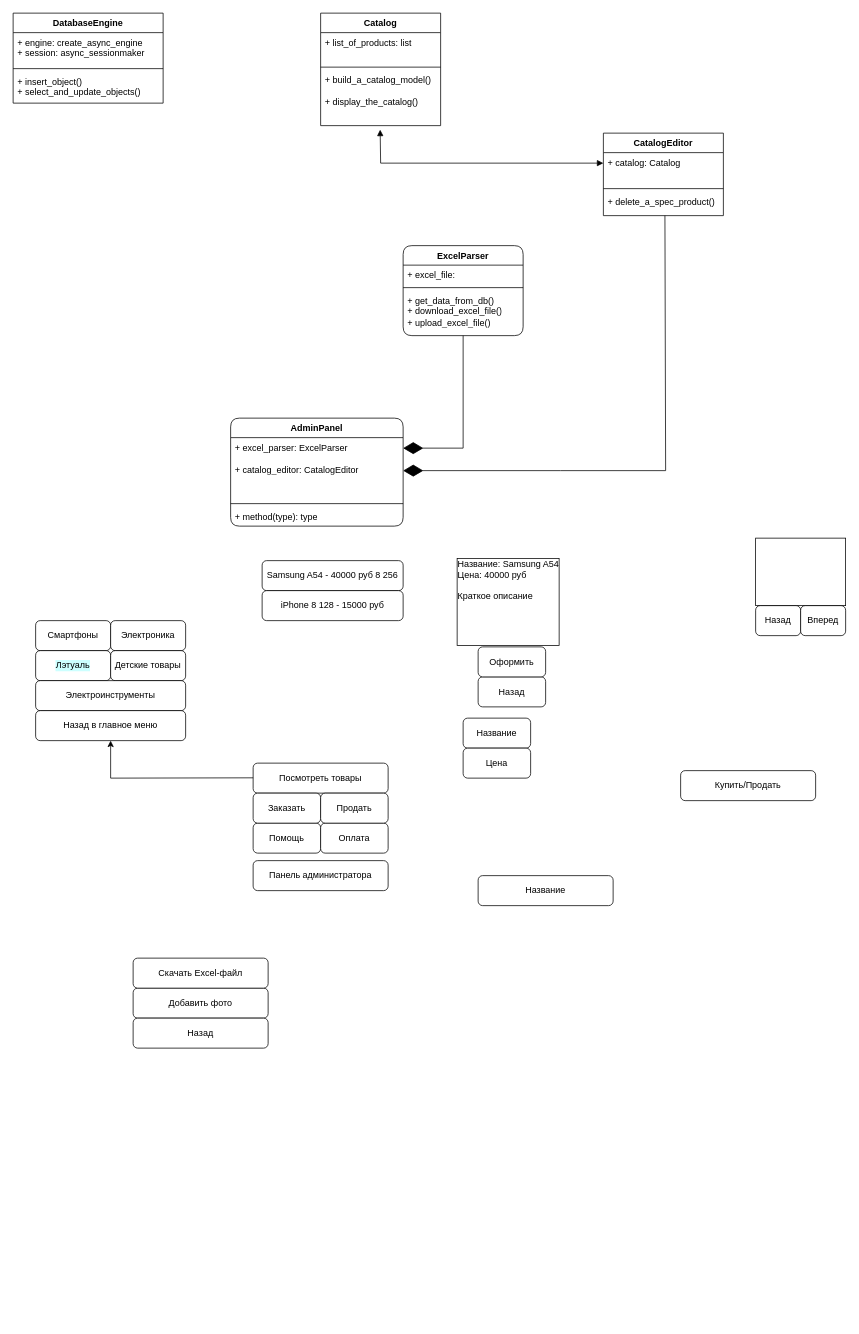
Earlier version of the draw.io diagram pantry_59_bot.drawio (gderpy/pantry_nytva_bot). Source tidied: cells renumbered, new cells numbered last; positions are measured from the earlier drawing's top-left corner, leaving out a move shared by most shapes. Both pictures are drawn from the tidied source at 75%, with x=0, y=0 at pixel (13, 13).
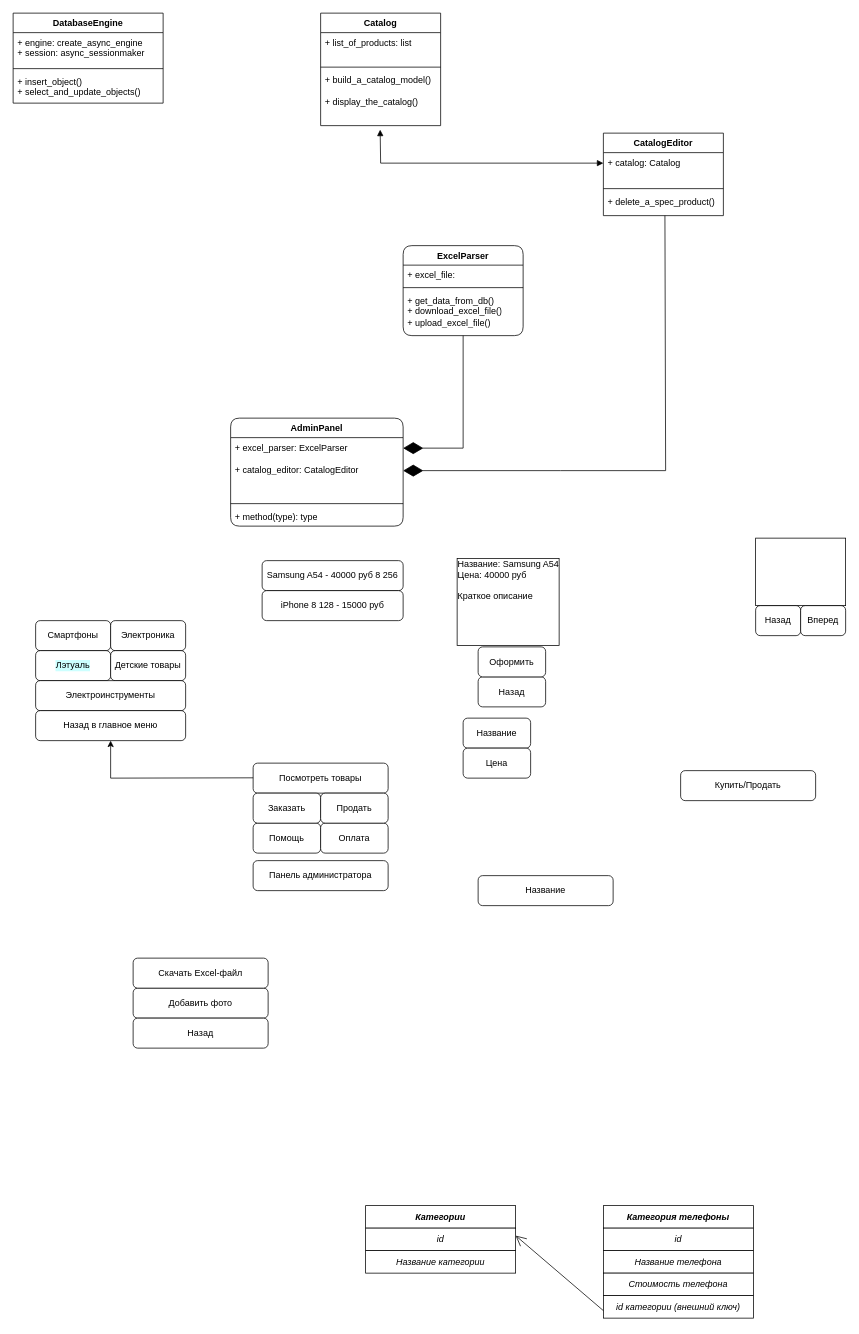
After the change.

The edit, as a diff of the source:
```diff
@@
+    <mxCell id="53" value="&lt;b&gt;&lt;i&gt;Категории&lt;/i&gt;&lt;/b&gt;" style="html=1;whiteSpace=wrap;" parent="1" vertex="1">
+      <mxGeometry x="470" y="1590" width="200" height="30" as="geometry" />
+    </mxCell>
+    <mxCell id="54" value="&lt;i&gt;id&lt;/i&gt;" style="html=1;whiteSpace=wrap;" parent="1" vertex="1">
+      <mxGeometry x="470" y="1620" width="200" height="30" as="geometry" />
+    </mxCell>
+    <mxCell id="55" value="&lt;i&gt;Название категории&lt;/i&gt;" style="html=1;whiteSpace=wrap;" parent="1" vertex="1">
+      <mxGeometry x="470" y="1650" width="200" height="30" as="geometry" />
+    </mxCell>
+    <mxCell id="56" value="&lt;b&gt;&lt;i&gt;Категория телефоны&lt;/i&gt;&lt;/b&gt;" style="html=1;whiteSpace=wrap;" parent="1" vertex="1">
+      <mxGeometry x="787" y="1590" width="200" height="30" as="geometry" />
+    </mxCell>
+    <mxCell id="57" value="&lt;i&gt;id&lt;/i&gt;" style="html=1;whiteSpace=wrap;" parent="1" vertex="1">
+      <mxGeometry x="787" y="1620" width="200" height="30" as="geometry" />
+    </mxCell>
+    <mxCell id="58" value="&lt;i&gt;Название телефона&lt;/i&gt;" style="html=1;whiteSpace=wrap;" parent="1" vertex="1">
+      <mxGeometry x="787" y="1650" width="200" height="30" as="geometry" />
+    </mxCell>
+    <mxCell id="59" value="&lt;i&gt;Стоимость телефона&lt;/i&gt;" style="html=1;whiteSpace=wrap;" parent="1" vertex="1">
+      <mxGeometry x="787" y="1680" width="200" height="30" as="geometry" />
+    </mxCell>
+    <mxCell id="60" value="&lt;i&gt;id категории (внешний ключ)&lt;/i&gt;" style="html=1;whiteSpace=wrap;" parent="1" vertex="1">
+      <mxGeometry x="787" y="1710" width="200" height="30" as="geometry" />
+    </mxCell>
+    <mxCell id="61" style="endArrow=open;endFill=1;endSize=12;html=1;rounded=0;" parent="1" edge="1">
+      <mxGeometry relative="1" as="geometry">
+        <mxPoint x="787" y="1730" as="sourcePoint" />
+        <mxPoint x="670" y="1630" as="targetPoint" />
+      </mxGeometry>
+    </mxCell>
```
